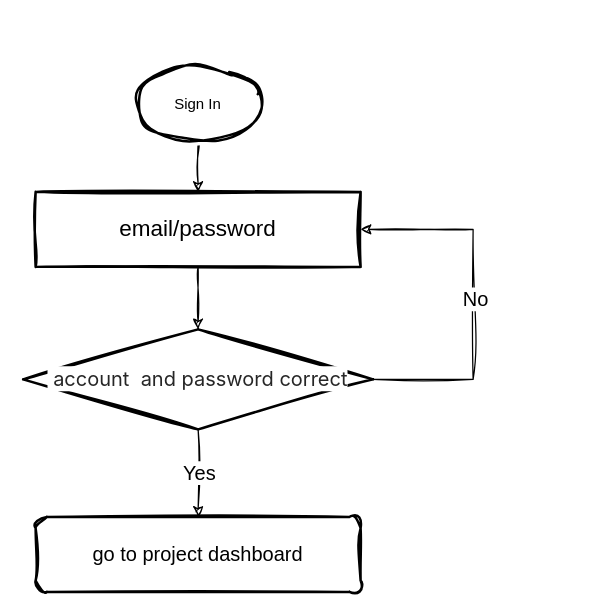
Earlier version of the draw.io diagram Erd/未命名绘图.drawio (vinoMamba/draw.io). Source tidied: cells renumbered, new cells numbered last; positions are measured from the earlier drawing's top-left corner, leaving out a move shared by most shapes. Both pictures are drawn from the tidied source at 125%, with x=0, y=0 at pixel (22, 66).
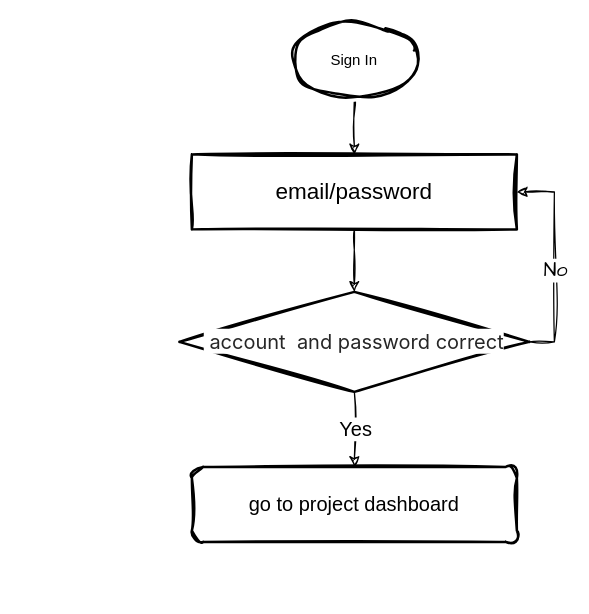
Above is the later version.

Commit message (it also covers changes not shown here):
更新未命名绘图.drawio

What changed in the source:
```diff
@@
 <mxGraphModel>
   <root>
     <mxCell id="0" />
     <mxCell id="1" parent="0" />
     <mxCell id="2" style="edgeStyle=orthogonalEdgeStyle;rounded=0;jettySize=auto;html=1;sketch=1;curveFitting=1;jiggle=2;" parent="1" edge="1" source="3" target="5">
       <mxGeometry relative="1" as="geometry" />
     </mxCell>
     <mxCell id="3" value="Sign In" style="strokeWidth=2;html=1;shape=mxgraph.flowchart.start_1;whiteSpace=wrap;sketch=1;curveFitting=1;jiggle=2;" parent="1" vertex="1">
-      <mxGeometry x="90" width="100" height="60" as="geometry" />
+      <mxGeometry x="215" y="-35" width="100" height="60" as="geometry" />
     </mxCell>
     <mxCell id="4" style="edgeStyle=orthogonalEdgeStyle;rounded=0;jettySize=auto;html=1;sketch=1;curveFitting=1;jiggle=2;" parent="1" edge="1" source="5" target="10">
       <mxGeometry relative="1" as="geometry" />
     </mxCell>
     <mxCell id="5" value="email/password" style="whiteSpace=wrap;html=1;strokeWidth=2;fontSize=18;sketch=1;curveFitting=1;jiggle=2;" parent="1" vertex="1">
-      <mxGeometry x="10" y="100" width="260" height="60" as="geometry" />
+      <mxGeometry x="135" y="70" width="260" height="60" as="geometry" />
     </mxCell>
     <mxCell id="6" style="edgeStyle=orthogonalEdgeStyle;rounded=0;jettySize=auto;html=1;sketch=1;curveFitting=1;jiggle=2;" parent="1" edge="1" source="10" target="11">
       <mxGeometry relative="1" as="geometry" />
     </mxCell>
     <mxCell id="7" value="Yes" style="edgeLabel;html=1;align=center;verticalAlign=middle;fontSize=16;sketch=1;curveFitting=1;jiggle=2;" parent="6" vertex="1">
       <mxGeometry x="-0.04" relative="1" as="geometry" />
     </mxCell>
-    <mxCell id="8" style="edgeStyle=orthogonalEdgeStyle;rounded=0;jettySize=auto;html=1;exitX=1;exitY=0.5;exitDx=0;exitDy=0;entryX=1;entryY=0.5;entryDx=0;entryDy=0;sketch=1;curveFitting=1;jiggle=2;" parent="1" edge="1" source="10" target="5">
-      <mxGeometry relative="1" as="geometry">
-        <Array as="points">
-          <mxPoint x="360" y="250" />
-          <mxPoint x="360" y="130" />
-        </Array>
-      </mxGeometry>
+    <mxCell id="8" style="edgeStyle=orthogonalEdgeStyle;rounded=0;sketch=1;hachureGap=4;jiggle=2;curveFitting=1;jettySize=auto;html=1;exitX=1;exitY=0.5;exitDx=0;exitDy=0;entryX=1;entryY=0.5;entryDx=0;entryDy=0;fontFamily=Architects Daughter;fontSize=16;" parent="1" edge="1" source="10" target="5">
+      <mxGeometry relative="1" as="geometry" />
     </mxCell>
-    <mxCell id="9" value="No" style="edgeLabel;html=1;align=center;verticalAlign=middle;fontSize=16;sketch=1;curveFitting=1;jiggle=2;" parent="8" vertex="1">
-      <mxGeometry y="-1" relative="1" as="geometry" />
+    <mxCell id="9" value="No" style="edgeLabel;html=1;align=center;verticalAlign=middle;sketch=1;hachureGap=4;jiggle=2;curveFitting=1;fontFamily=Architects Daughter;fontSize=16;" parent="8" vertex="1">
+      <mxGeometry x="-0.08" relative="1" as="geometry" />
     </mxCell>
     <mxCell id="10" value="&lt;span style=&quot;font-size: 16px; text-align: start; caret-color: rgba(0, 0, 0, 0.85); color: rgba(0, 0, 0, 0.85); font-family: Inter, -apple-system, BlinkMacSystemFont, &amp;quot;Segoe UI&amp;quot;, &amp;quot;SF Pro SC&amp;quot;, &amp;quot;SF Pro Display&amp;quot;, &amp;quot;SF Pro Icons&amp;quot;, &amp;quot;PingFang SC&amp;quot;, &amp;quot;Hiragino Sans GB&amp;quot;, &amp;quot;Microsoft YaHei&amp;quot;, &amp;quot;Helvetica Neue&amp;quot;, Helvetica, Arial, sans-serif; background-color: rgb(255, 255, 255);&quot;&gt;&amp;nbsp;account &amp;nbsp;and password correct&lt;/span&gt;" style="rhombus;whiteSpace=wrap;html=1;strokeWidth=2;sketch=1;curveFitting=1;jiggle=2;" parent="1" vertex="1">
-      <mxGeometry y="210" width="280" height="80" as="geometry" />
+      <mxGeometry x="125" y="180" width="280" height="80" as="geometry" />
     </mxCell>
     <mxCell id="11" value="go to project dashboard" style="rounded=1;whiteSpace=wrap;html=1;strokeWidth=2;fontSize=16;sketch=1;curveFitting=1;jiggle=2;" parent="1" vertex="1">
-      <mxGeometry x="10" y="360" width="260" height="60" as="geometry" />
+      <mxGeometry x="135" y="320" width="260" height="60" as="geometry" />
     </mxCell>
   </root>
 </mxGraphModel>
```
